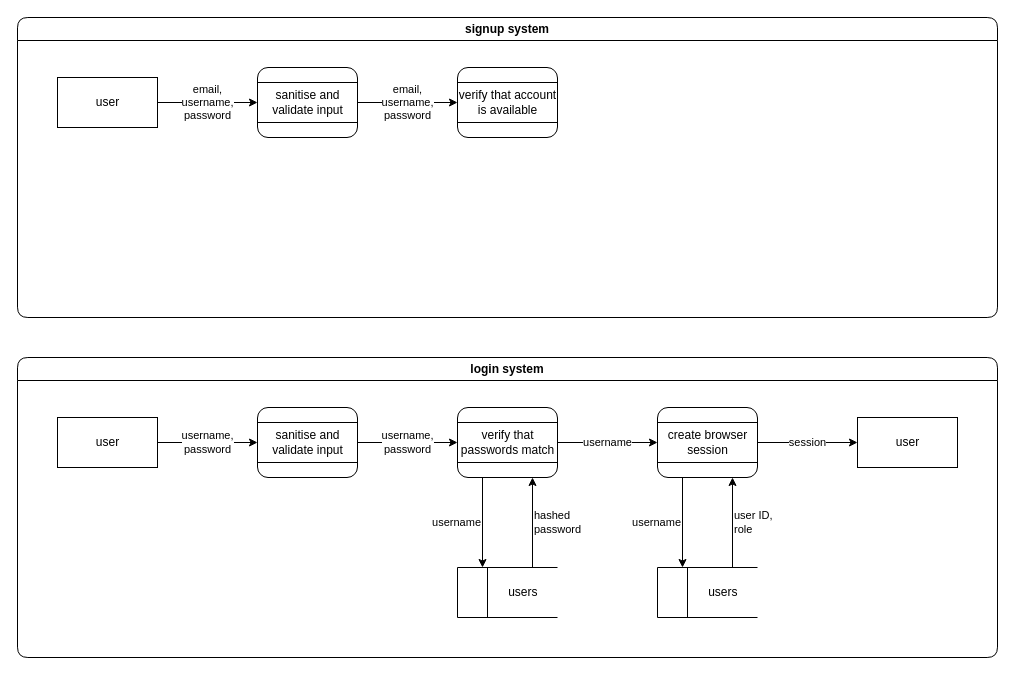
The draw.io diagram doc/dfd.drawio in nozzato/nshare, before the edit. Source tidied: cells renumbered, new cells numbered last; positions are measured from the earlier drawing's top-left corner, leaving out a move shared by most shapes. Both pictures are drawn from the tidied source at 100%, with x=0, y=0 at pixel (17, 17).
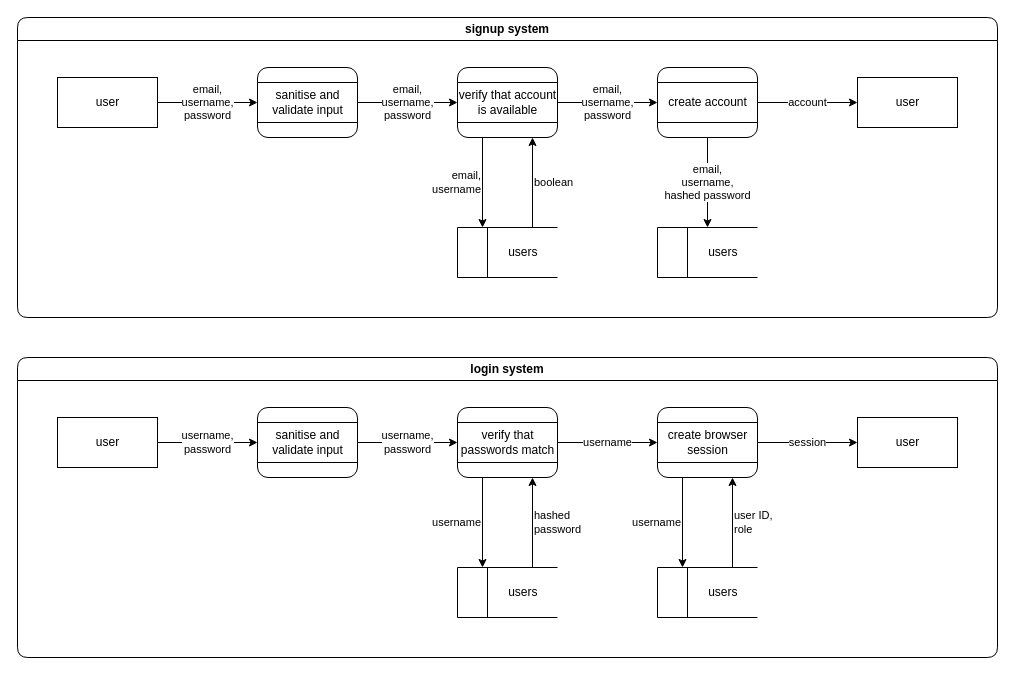
The same diagram, later.

The change refers to these unchanged cells:
```xml
<mxCell id="2" value="signup system" style="swimlane;whiteSpace=wrap;html=1;glass=0;rounded=1;" parent="1" vertex="1">
  <mxGeometry width="980" height="300" as="geometry" />
</mxCell>
<mxCell id="8" style="html=1;dashed=0;whitespace=wrap;rounded=1;glass=0;sketch=0;" parent="2" vertex="1">
  <mxGeometry x="440" y="50" width="100" height="70" as="geometry" />
</mxCell>
<mxCell id="9" value="verify that account&lt;br&gt;is available" style="html=1;dashed=0;whitespace=wrap;rounded=0;glass=0;sketch=0;" parent="2" vertex="1">
  <mxGeometry x="440" y="65" width="100" height="40" as="geometry" />
</mxCell>
```

The edit, as a diff of the source:
```diff
@@
+    <mxCell id="29" value="email,&lt;br&gt;username" style="edgeStyle=orthogonalEdgeStyle;rounded=0;jettySize=auto;html=1;exitX=0.25;exitY=1;exitDx=0;exitDy=0;entryX=0.25;entryY=0;entryDx=0;entryDy=0;entryPerimeter=0;align=right;" parent="2" edge="1" source="8" target="32">
+      <mxGeometry relative="1" as="geometry" />
+    </mxCell>
@@
+    <mxCell id="30" value="email,&lt;br&gt;username,&lt;br&gt;password" style="edgeStyle=orthogonalEdgeStyle;rounded=0;jettySize=auto;html=1;exitX=1;exitY=0.5;exitDx=0;exitDy=0;entryX=0;entryY=0.5;entryDx=0;entryDy=0;" parent="2" edge="1" source="9" target="34">
+      <mxGeometry relative="1" as="geometry" />
+    </mxCell>
@@
+    <mxCell id="31" value="boolean" style="edgeStyle=orthogonalEdgeStyle;rounded=0;jettySize=auto;html=1;exitX=0.75;exitY=0;exitDx=0;exitDy=0;entryX=0.75;entryY=1;entryDx=0;entryDy=0;exitPerimeter=0;align=left;" parent="2" edge="1" source="32" target="8">
+      <mxGeometry relative="1" as="geometry" />
+    </mxCell>
+    <mxCell id="32" value="&lt;span style=&quot;white-space: pre;&quot;&gt;&#9;&lt;/span&gt;users" style="html=1;dashed=0;whitespace=wrap;shape=mxgraph.dfd.dataStoreID;align=center;spacingLeft=3;points=[[0,0],[0.5,0],[1,0],[0,0.5],[1,0.5],[0,1],[0.5,1],[1,1]];rounded=0;glass=0;sketch=0;" parent="2" vertex="1">
+      <mxGeometry x="440" y="210" width="100" height="50" as="geometry" />
+    </mxCell>
+    <mxCell id="33" value="email,&lt;br&gt;username,&lt;br&gt;hashed password" style="edgeStyle=orthogonalEdgeStyle;rounded=0;jettySize=auto;html=1;exitX=0.5;exitY=1;exitDx=0;exitDy=0;entryX=0.5;entryY=0;entryDx=0;entryDy=0;" parent="2" edge="1" source="34" target="37">
+      <mxGeometry relative="1" as="geometry" />
+    </mxCell>
+    <mxCell id="34" style="html=1;dashed=0;whitespace=wrap;rounded=1;glass=0;sketch=0;" parent="2" vertex="1">
+      <mxGeometry x="640" y="50" width="100" height="70" as="geometry" />
+    </mxCell>
+    <mxCell id="35" value="account" style="edgeStyle=orthogonalEdgeStyle;rounded=0;jettySize=auto;html=1;exitX=1;exitY=0.5;exitDx=0;exitDy=0;entryX=0;entryY=0.5;entryDx=0;entryDy=0;" parent="2" edge="1" source="36" target="38">
+      <mxGeometry relative="1" as="geometry" />
+    </mxCell>
+    <mxCell id="36" value="create account" style="html=1;dashed=0;whitespace=wrap;rounded=0;glass=0;sketch=0;" parent="2" vertex="1">
+      <mxGeometry x="640" y="65" width="100" height="40" as="geometry" />
+    </mxCell>
+    <mxCell id="37" value="&lt;span style=&quot;white-space: pre;&quot;&gt;&#9;&lt;/span&gt;users" style="html=1;dashed=0;whitespace=wrap;shape=mxgraph.dfd.dataStoreID;align=center;spacingLeft=3;points=[[0,0],[0.5,0],[1,0],[0,0.5],[1,0.5],[0,1],[0.5,1],[1,1]];rounded=0;glass=0;sketch=0;" parent="2" vertex="1">
+      <mxGeometry x="640" y="210" width="100" height="50" as="geometry" />
+    </mxCell>
+    <mxCell id="38" value="user" style="html=1;dashed=0;whitespace=wrap;rounded=0;glass=0;sketch=0;" parent="2" vertex="1">
+      <mxGeometry x="840" y="60" width="100" height="50" as="geometry" />
+    </mxCell>
```
